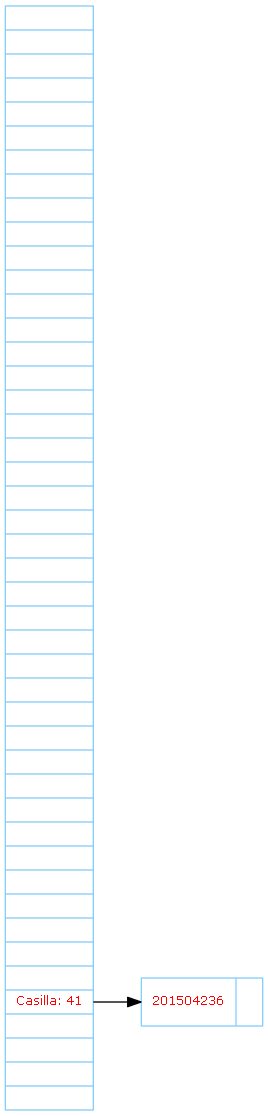
This is Proyecto2/TablaDispersa.png from AdriGomez95/EDD_1S2020_PY2_201504236, a Graphviz export, as it was before one commit. Its source is kept beside it as Proyecto2/TablaDispersa.dot.
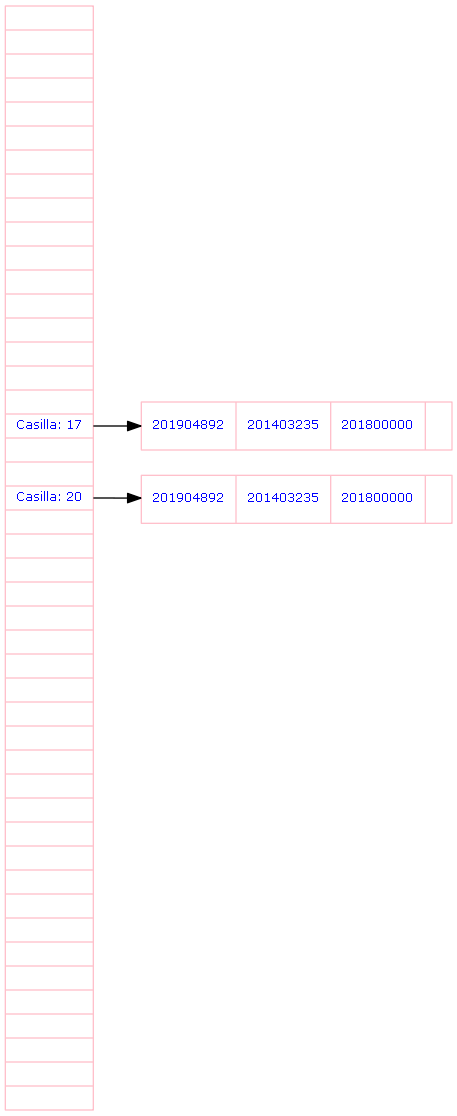
The same diagram one commit later.

The edit, as a diff of the source:
```diff
@@ -1,8 +1,10 @@
 digraph G{
- node[shape=record fontsize=9 fontcolor=red color= lightskyblue fontname = Verdana];
+ node[shape=record fontsize=9 fontcolor=blue color= pink fontname = Verdana];
  rankdir=LR;
-nodeR[label="<p0>|<p1>|<p2>|<p3>|<p4>|<p5>|<p6>|<p7>|<p8>|<p9>|<p10>|<p11>|<p12>|<p13>|<p14>|<p15>|<p16>|<p17>|<p18>|<p19>|<p20>|<p21>|<p22>|<p23>|<p24>|<p25>|<p26>|<p27>|<p28>|<p29>|<p30>|<p31>|<p32>|<p33>|<p34>|<p35>|<p36>|<p37>|<p38>|<p39>|<p40>|<p41>Casilla: 41|<p42>|<p43>|<p44>|"];
-node41[label="{<p0>201504236|}"];
-nodeR:p41->node41;
+nodeR[label="<p0>|<p1>|<p2>|<p3>|<p4>|<p5>|<p6>|<p7>|<p8>|<p9>|<p10>|<p11>|<p12>|<p13>|<p14>|<p15>|<p16>|<p17>Casilla: 17|<p18>|<p19>|<p20>Casilla: 20|<p21>|<p22>|<p23>|<p24>|<p25>|<p26>|<p27>|<p28>|<p29>|<p30>|<p31>|<p32>|<p33>|<p34>|<p35>|<p36>|<p37>|<p38>|<p39>|<p40>|<p41>|<p42>|<p43>|<p44>|"];
+node17[label="{<p0>201904892|<p1>201403235|<p2>201800000|}"];
+nodeR:p17->node17;
+node20[label="{<p0>201904892|<p1>201403235|<p2>201800000|}"];
+nodeR:p20->node20;
 
 }
```
